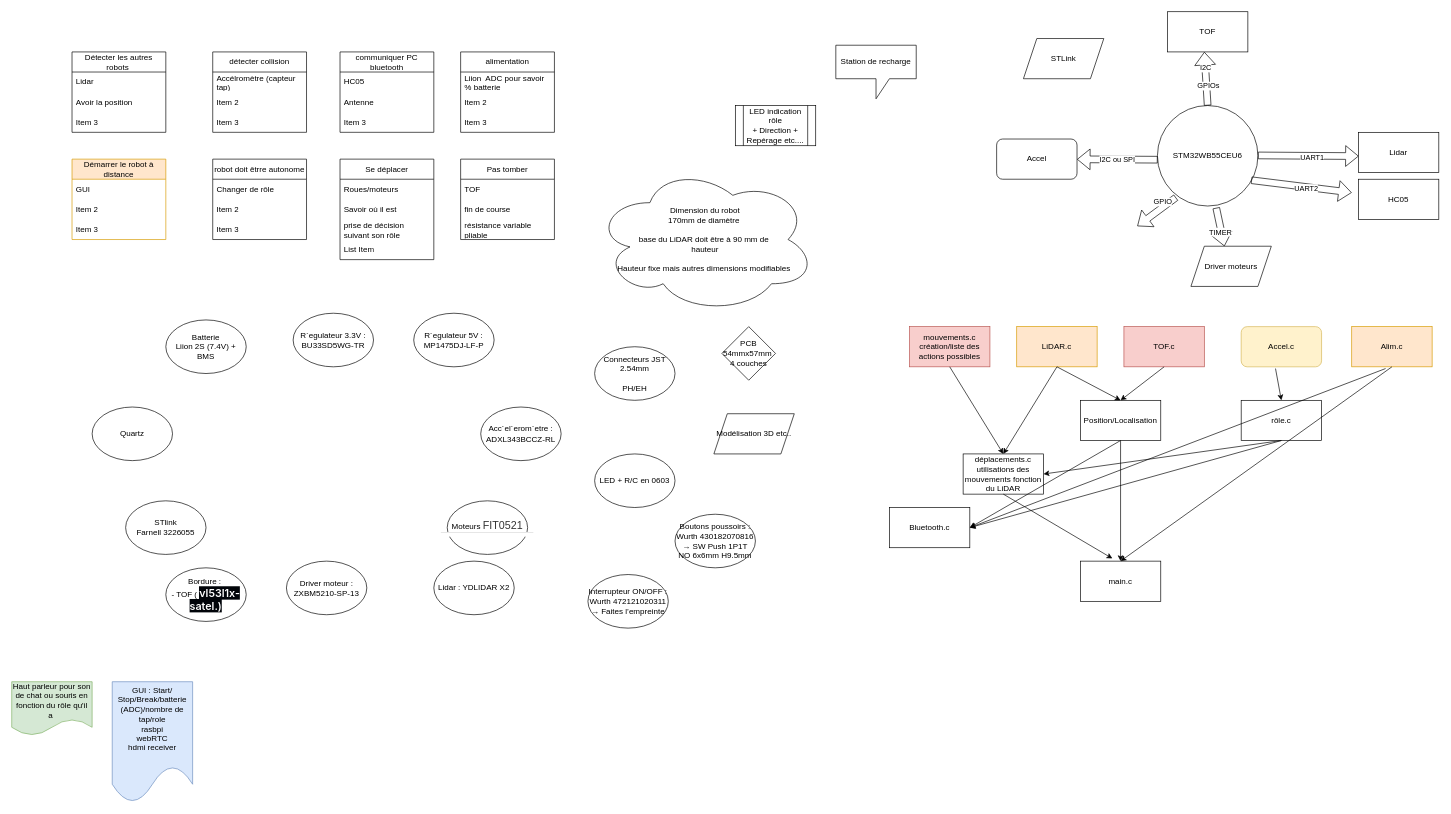
Earlier version of the draw.io diagram Gestion/projet ESE.drawio (FernandesVincent/Projet-ESE-chat-robot). Source tidied: cells renumbered, new cells numbered last; positions are measured from the earlier drawing's top-left corner, leaving out a move shared by most shapes. Both pictures are drawn from the tidied source at 67%, with x=0, y=0 at pixel (11, 11).
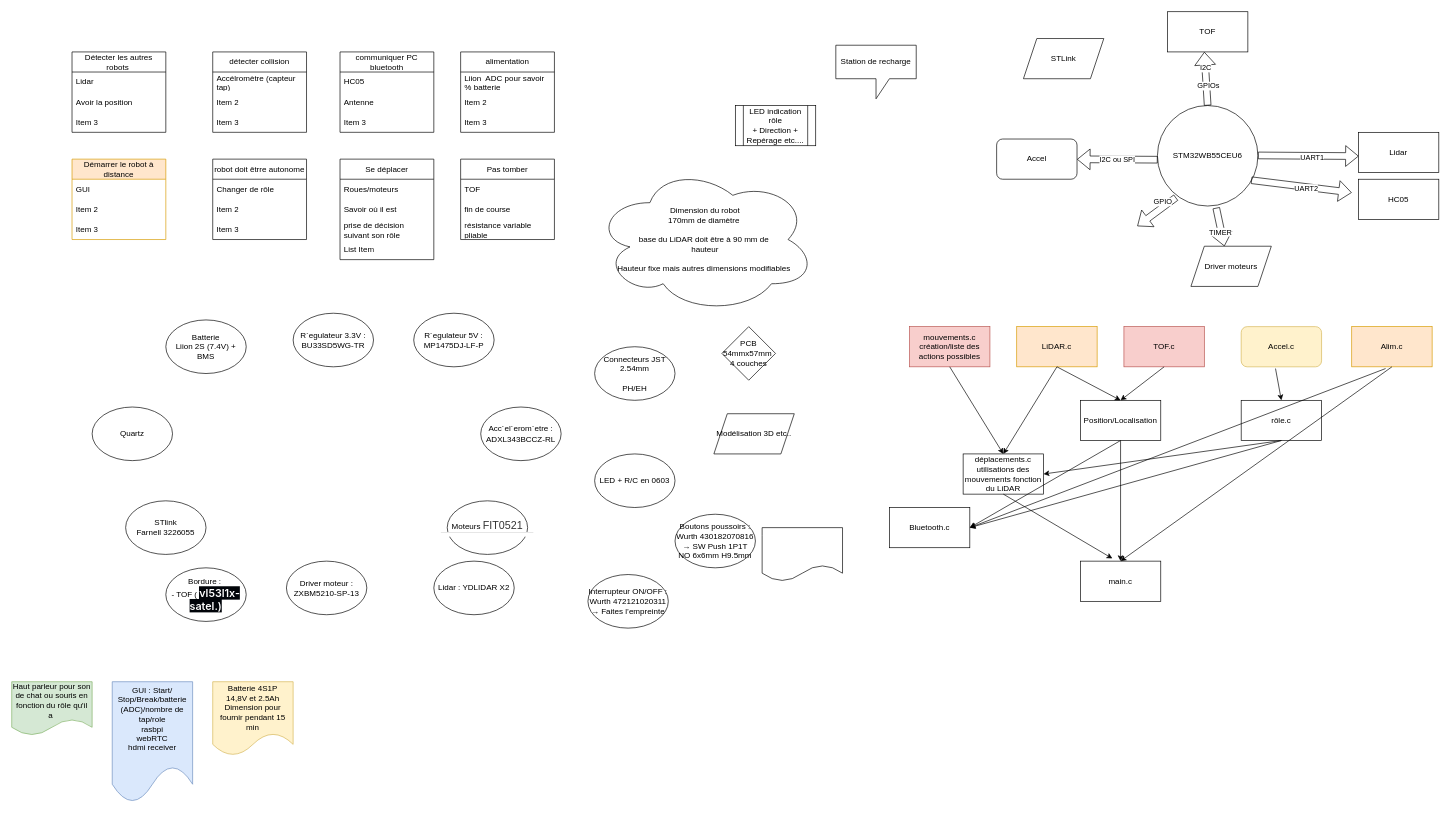
After the change.

Commit message:
Mettre à jour projet ESE.drawio

Change to the diagram source:
```diff
@@
+    <mxCell id="97" style="shape=document;whiteSpace=wrap;html=1;boundedLbl=1;" parent="1" vertex="1">
+      <mxGeometry x="1120" y="770" width="120" height="80" as="geometry" />
+    </mxCell>
+    <mxCell id="98" value="Batterie 4S1P&lt;div&gt;14,8V et 2.5Ah&lt;/div&gt;&lt;div&gt;Dimension pour fournir pendant 15 min&lt;/div&gt;" style="shape=document;whiteSpace=wrap;html=1;boundedLbl=1;fillColor=#fff2cc;strokeColor=#d6b656;" parent="1" vertex="1">
+      <mxGeometry x="300" y="1000" width="120" height="110" as="geometry" />
+    </mxCell>
```
